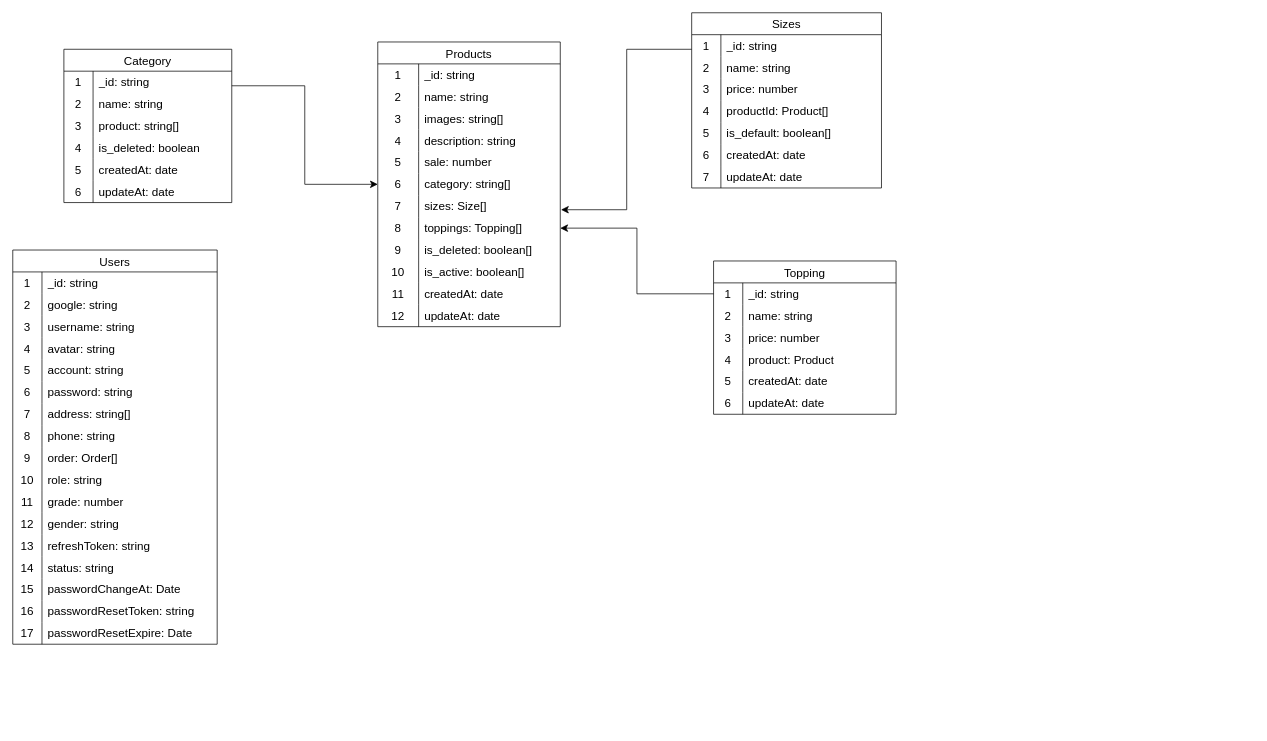
dangtienhung/datn-admin-quan-ly-cua-hang keeps this draw.io diagram as da.drawio. Above is the earlier version. Source tidied: cells renumbered, new cells numbered last; positions are measured from the earlier drawing's top-left corner, leaving out a move shared by most shapes. Both pictures are drawn from the tidied source at 73%, with x=0, y=0 at pixel (12, 12).
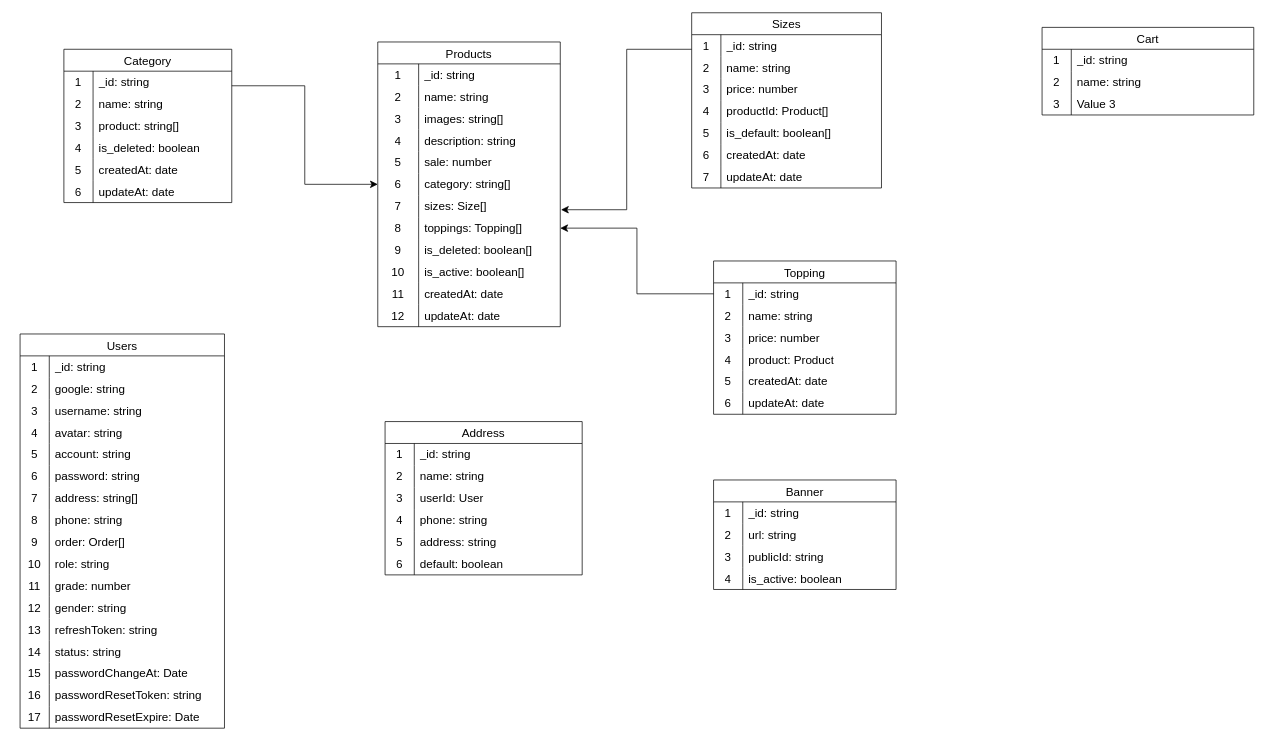
After the change.

Commit message (it also covers changes not shown here):
Cập nhật da.drawio

The edit, as a diff of the source:
```diff
@@
     <mxCell id="102" value="Users" style="shape=table;startSize=30;childLayout=tableLayout;rowLines=0;fontStyle=0;strokeColor=default;fontSize=16;" parent="1" vertex="1">
-      <mxGeometry y="325" width="280" height="540" as="geometry" />
+      <mxGeometry x="10" y="440" width="280" height="540" as="geometry" />
     </mxCell>
@@
+    <mxCell id="154" value="Address" style="shape=table;startSize=30;childLayout=tableLayout;rowLines=0;fontStyle=0;strokeColor=default;fontSize=16;" parent="1" vertex="1">
+      <mxGeometry x="510" y="560" width="270" height="210" as="geometry" />
+    </mxCell>
+    <mxCell id="155" style="shape=tableRow;horizontal=0;startSize=0;swimlaneHead=0;swimlaneBody=0;top=0;left=0;bottom=0;right=0;fillColor=none;strokeColor=inherit;fontSize=16;" parent="154" vertex="1">
+      <mxGeometry y="30" width="270" height="30" as="geometry" />
+    </mxCell>
+    <mxCell id="156" value="1" style="shape=partialRectangle;html=1;whiteSpace=wrap;fillColor=none;top=0;left=0;bottom=0;right=0;overflow=hidden;strokeColor=inherit;fontSize=16;" parent="155" vertex="1">
+      <mxGeometry width="40" height="30" as="geometry" />
+    </mxCell>
+    <mxCell id="157" value="_id: string" style="shape=partialRectangle;html=1;whiteSpace=wrap;fillColor=none;top=0;left=0;bottom=0;right=0;align=left;spacingLeft=6;overflow=hidden;strokeColor=inherit;fontSize=16;" parent="155" vertex="1">
+      <mxGeometry x="40" width="230" height="30" as="geometry" />
+    </mxCell>
+    <mxCell id="158" style="shape=tableRow;horizontal=0;startSize=0;swimlaneHead=0;swimlaneBody=0;top=0;left=0;bottom=0;right=0;fillColor=none;strokeColor=inherit;fontSize=16;" parent="154" vertex="1">
+      <mxGeometry y="60" width="270" height="30" as="geometry" />
+    </mxCell>
+    <mxCell id="159" value="2" style="shape=partialRectangle;html=1;whiteSpace=wrap;fillColor=none;top=0;left=0;bottom=0;right=0;overflow=hidden;strokeColor=inherit;fontSize=16;" parent="158" vertex="1">
+      <mxGeometry width="40" height="30" as="geometry" />
+    </mxCell>
+    <mxCell id="160" value="name: string" style="shape=partialRectangle;html=1;whiteSpace=wrap;fillColor=none;top=0;left=0;bottom=0;right=0;align=left;spacingLeft=6;overflow=hidden;strokeColor=inherit;fontSize=16;" parent="158" vertex="1">
+      <mxGeometry x="40" width="230" height="30" as="geometry" />
+    </mxCell>
+    <mxCell id="161" style="shape=tableRow;horizontal=0;startSize=0;swimlaneHead=0;swimlaneBody=0;top=0;left=0;bottom=0;right=0;fillColor=none;strokeColor=inherit;fontSize=16;" parent="154" vertex="1">
+      <mxGeometry y="90" width="270" height="30" as="geometry" />
+    </mxCell>
+    <mxCell id="162" value="3" style="shape=partialRectangle;html=1;whiteSpace=wrap;fillColor=none;top=0;left=0;bottom=0;right=0;overflow=hidden;strokeColor=inherit;fontSize=16;" parent="161" vertex="1">
+      <mxGeometry width="40" height="30" as="geometry" />
+    </mxCell>
+    <mxCell id="163" value="userId: User" style="shape=partialRectangle;html=1;whiteSpace=wrap;fillColor=none;top=0;left=0;bottom=0;right=0;align=left;spacingLeft=6;overflow=hidden;strokeColor=inherit;fontSize=16;" parent="161" vertex="1">
+      <mxGeometry x="40" width="230" height="30" as="geometry" />
+    </mxCell>
+    <mxCell id="164" style="shape=tableRow;horizontal=0;startSize=0;swimlaneHead=0;swimlaneBody=0;top=0;left=0;bottom=0;right=0;fillColor=none;strokeColor=inherit;fontSize=16;" parent="154" vertex="1">
+      <mxGeometry y="120" width="270" height="30" as="geometry" />
+    </mxCell>
+    <mxCell id="165" value="4" style="shape=partialRectangle;html=1;whiteSpace=wrap;fillColor=none;top=0;left=0;bottom=0;right=0;overflow=hidden;strokeColor=inherit;fontSize=16;" parent="164" vertex="1">
+      <mxGeometry width="40" height="30" as="geometry" />
+    </mxCell>
+    <mxCell id="166" value="phone: string" style="shape=partialRectangle;html=1;whiteSpace=wrap;fillColor=none;top=0;left=0;bottom=0;right=0;align=left;spacingLeft=6;overflow=hidden;strokeColor=inherit;fontSize=16;" parent="164" vertex="1">
+      <mxGeometry x="40" width="230" height="30" as="geometry" />
+    </mxCell>
+    <mxCell id="167" style="shape=tableRow;horizontal=0;startSize=0;swimlaneHead=0;swimlaneBody=0;top=0;left=0;bottom=0;right=0;fillColor=none;strokeColor=inherit;fontSize=16;" parent="154" vertex="1">
+      <mxGeometry y="150" width="270" height="30" as="geometry" />
+    </mxCell>
+    <mxCell id="168" value="5" style="shape=partialRectangle;html=1;whiteSpace=wrap;fillColor=none;top=0;left=0;bottom=0;right=0;overflow=hidden;strokeColor=inherit;fontSize=16;" parent="167" vertex="1">
+      <mxGeometry width="40" height="30" as="geometry" />
+    </mxCell>
+    <mxCell id="169" value="address: string" style="shape=partialRectangle;html=1;whiteSpace=wrap;fillColor=none;top=0;left=0;bottom=0;right=0;align=left;spacingLeft=6;overflow=hidden;strokeColor=inherit;fontSize=16;" parent="167" vertex="1">
+      <mxGeometry x="40" width="230" height="30" as="geometry" />
+    </mxCell>
+    <mxCell id="170" style="shape=tableRow;horizontal=0;startSize=0;swimlaneHead=0;swimlaneBody=0;top=0;left=0;bottom=0;right=0;fillColor=none;strokeColor=inherit;fontSize=16;" parent="154" vertex="1">
+      <mxGeometry y="180" width="270" height="30" as="geometry" />
+    </mxCell>
+    <mxCell id="171" value="6" style="shape=partialRectangle;html=1;whiteSpace=wrap;fillColor=none;top=0;left=0;bottom=0;right=0;overflow=hidden;strokeColor=inherit;fontSize=16;" parent="170" vertex="1">
+      <mxGeometry width="40" height="30" as="geometry" />
+    </mxCell>
+    <mxCell id="172" value="default: boolean" style="shape=partialRectangle;html=1;whiteSpace=wrap;fillColor=none;top=0;left=0;bottom=0;right=0;align=left;spacingLeft=6;overflow=hidden;strokeColor=inherit;fontSize=16;" parent="170" vertex="1">
+      <mxGeometry x="40" width="230" height="30" as="geometry" />
+    </mxCell>
+    <mxCell id="173" value="Banner" style="shape=table;startSize=30;childLayout=tableLayout;rowLines=0;fontStyle=0;strokeColor=default;fontSize=16;" parent="1" vertex="1">
+      <mxGeometry x="960" y="640" width="250" height="150" as="geometry" />
+    </mxCell>
+    <mxCell id="174" style="shape=tableRow;horizontal=0;startSize=0;swimlaneHead=0;swimlaneBody=0;top=0;left=0;bottom=0;right=0;fillColor=none;strokeColor=inherit;fontSize=16;" parent="173" vertex="1">
+      <mxGeometry y="30" width="250" height="30" as="geometry" />
+    </mxCell>
+    <mxCell id="175" value="1" style="shape=partialRectangle;html=1;whiteSpace=wrap;fillColor=none;top=0;left=0;bottom=0;right=0;overflow=hidden;strokeColor=inherit;fontSize=16;" parent="174" vertex="1">
+      <mxGeometry width="40" height="30" as="geometry" />
+    </mxCell>
+    <mxCell id="176" value="_id: string" style="shape=partialRectangle;html=1;whiteSpace=wrap;fillColor=none;top=0;left=0;bottom=0;right=0;align=left;spacingLeft=6;overflow=hidden;strokeColor=inherit;fontSize=16;" parent="174" vertex="1">
+      <mxGeometry x="40" width="210" height="30" as="geometry" />
+    </mxCell>
+    <mxCell id="177" style="shape=tableRow;horizontal=0;startSize=0;swimlaneHead=0;swimlaneBody=0;top=0;left=0;bottom=0;right=0;fillColor=none;strokeColor=inherit;fontSize=16;" parent="173" vertex="1">
+      <mxGeometry y="60" width="250" height="30" as="geometry" />
+    </mxCell>
+    <mxCell id="178" value="2" style="shape=partialRectangle;html=1;whiteSpace=wrap;fillColor=none;top=0;left=0;bottom=0;right=0;overflow=hidden;strokeColor=inherit;fontSize=16;" parent="177" vertex="1">
+      <mxGeometry width="40" height="30" as="geometry" />
+    </mxCell>
+    <mxCell id="179" value="url: string" style="shape=partialRectangle;html=1;whiteSpace=wrap;fillColor=none;top=0;left=0;bottom=0;right=0;align=left;spacingLeft=6;overflow=hidden;strokeColor=inherit;fontSize=16;" parent="177" vertex="1">
+      <mxGeometry x="40" width="210" height="30" as="geometry" />
+    </mxCell>
+    <mxCell id="180" style="shape=tableRow;horizontal=0;startSize=0;swimlaneHead=0;swimlaneBody=0;top=0;left=0;bottom=0;right=0;fillColor=none;strokeColor=inherit;fontSize=16;" parent="173" vertex="1">
+      <mxGeometry y="90" width="250" height="30" as="geometry" />
+    </mxCell>
+    <mxCell id="181" value="3" style="shape=partialRectangle;html=1;whiteSpace=wrap;fillColor=none;top=0;left=0;bottom=0;right=0;overflow=hidden;strokeColor=inherit;fontSize=16;" parent="180" vertex="1">
+      <mxGeometry width="40" height="30" as="geometry" />
+    </mxCell>
+    <mxCell id="182" value="publicId: string" style="shape=partialRectangle;html=1;whiteSpace=wrap;fillColor=none;top=0;left=0;bottom=0;right=0;align=left;spacingLeft=6;overflow=hidden;strokeColor=inherit;fontSize=16;" parent="180" vertex="1">
+      <mxGeometry x="40" width="210" height="30" as="geometry" />
+    </mxCell>
+    <mxCell id="183" style="shape=tableRow;horizontal=0;startSize=0;swimlaneHead=0;swimlaneBody=0;top=0;left=0;bottom=0;right=0;fillColor=none;strokeColor=inherit;fontSize=16;" parent="173" vertex="1">
+      <mxGeometry y="120" width="250" height="30" as="geometry" />
+    </mxCell>
+    <mxCell id="184" value="4" style="shape=partialRectangle;html=1;whiteSpace=wrap;fillColor=none;top=0;left=0;bottom=0;right=0;overflow=hidden;strokeColor=inherit;fontSize=16;" parent="183" vertex="1">
+      <mxGeometry width="40" height="30" as="geometry" />
+    </mxCell>
+    <mxCell id="185" value="is_active: boolean" style="shape=partialRectangle;html=1;whiteSpace=wrap;fillColor=none;top=0;left=0;bottom=0;right=0;align=left;spacingLeft=6;overflow=hidden;strokeColor=inherit;fontSize=16;" parent="183" vertex="1">
+      <mxGeometry x="40" width="210" height="30" as="geometry" />
+    </mxCell>
+    <mxCell id="186" value="Cart" style="shape=table;startSize=30;childLayout=tableLayout;rowLines=0;fontStyle=0;strokeColor=default;fontSize=16;" parent="1" vertex="1">
+      <mxGeometry x="1410" y="20" width="290" height="120" as="geometry" />
+    </mxCell>
+    <mxCell id="187" style="shape=tableRow;horizontal=0;startSize=0;swimlaneHead=0;swimlaneBody=0;top=0;left=0;bottom=0;right=0;fillColor=none;strokeColor=inherit;fontSize=16;" parent="186" vertex="1">
+      <mxGeometry y="30" width="290" height="30" as="geometry" />
+    </mxCell>
+    <mxCell id="188" value="1" style="shape=partialRectangle;html=1;whiteSpace=wrap;fillColor=none;top=0;left=0;bottom=0;right=0;overflow=hidden;strokeColor=inherit;fontSize=16;" parent="187" vertex="1">
+      <mxGeometry width="40" height="30" as="geometry" />
+    </mxCell>
+    <mxCell id="189" value="_id: string" style="shape=partialRectangle;html=1;whiteSpace=wrap;fillColor=none;top=0;left=0;bottom=0;right=0;align=left;spacingLeft=6;overflow=hidden;strokeColor=inherit;fontSize=16;" parent="187" vertex="1">
+      <mxGeometry x="40" width="250" height="30" as="geometry" />
+    </mxCell>
+    <mxCell id="190" style="shape=tableRow;horizontal=0;startSize=0;swimlaneHead=0;swimlaneBody=0;top=0;left=0;bottom=0;right=0;fillColor=none;strokeColor=inherit;fontSize=16;" parent="186" vertex="1">
+      <mxGeometry y="60" width="290" height="30" as="geometry" />
+    </mxCell>
+    <mxCell id="191" value="2" style="shape=partialRectangle;html=1;whiteSpace=wrap;fillColor=none;top=0;left=0;bottom=0;right=0;overflow=hidden;strokeColor=inherit;fontSize=16;" parent="190" vertex="1">
+      <mxGeometry width="40" height="30" as="geometry" />
+    </mxCell>
+    <mxCell id="192" value="name: string" style="shape=partialRectangle;html=1;whiteSpace=wrap;fillColor=none;top=0;left=0;bottom=0;right=0;align=left;spacingLeft=6;overflow=hidden;strokeColor=inherit;fontSize=16;" parent="190" vertex="1">
+      <mxGeometry x="40" width="250" height="30" as="geometry" />
+    </mxCell>
+    <mxCell id="193" style="shape=tableRow;horizontal=0;startSize=0;swimlaneHead=0;swimlaneBody=0;top=0;left=0;bottom=0;right=0;fillColor=none;strokeColor=inherit;fontSize=16;" parent="186" vertex="1">
+      <mxGeometry y="90" width="290" height="30" as="geometry" />
+    </mxCell>
+    <mxCell id="194" value="3" style="shape=partialRectangle;html=1;whiteSpace=wrap;fillColor=none;top=0;left=0;bottom=0;right=0;overflow=hidden;strokeColor=inherit;fontSize=16;" parent="193" vertex="1">
+      <mxGeometry width="40" height="30" as="geometry" />
+    </mxCell>
+    <mxCell id="195" value="Value 3" style="shape=partialRectangle;html=1;whiteSpace=wrap;fillColor=none;top=0;left=0;bottom=0;right=0;align=left;spacingLeft=6;overflow=hidden;strokeColor=inherit;fontSize=16;" parent="193" vertex="1">
+      <mxGeometry x="40" width="250" height="30" as="geometry" />
+    </mxCell>
```
